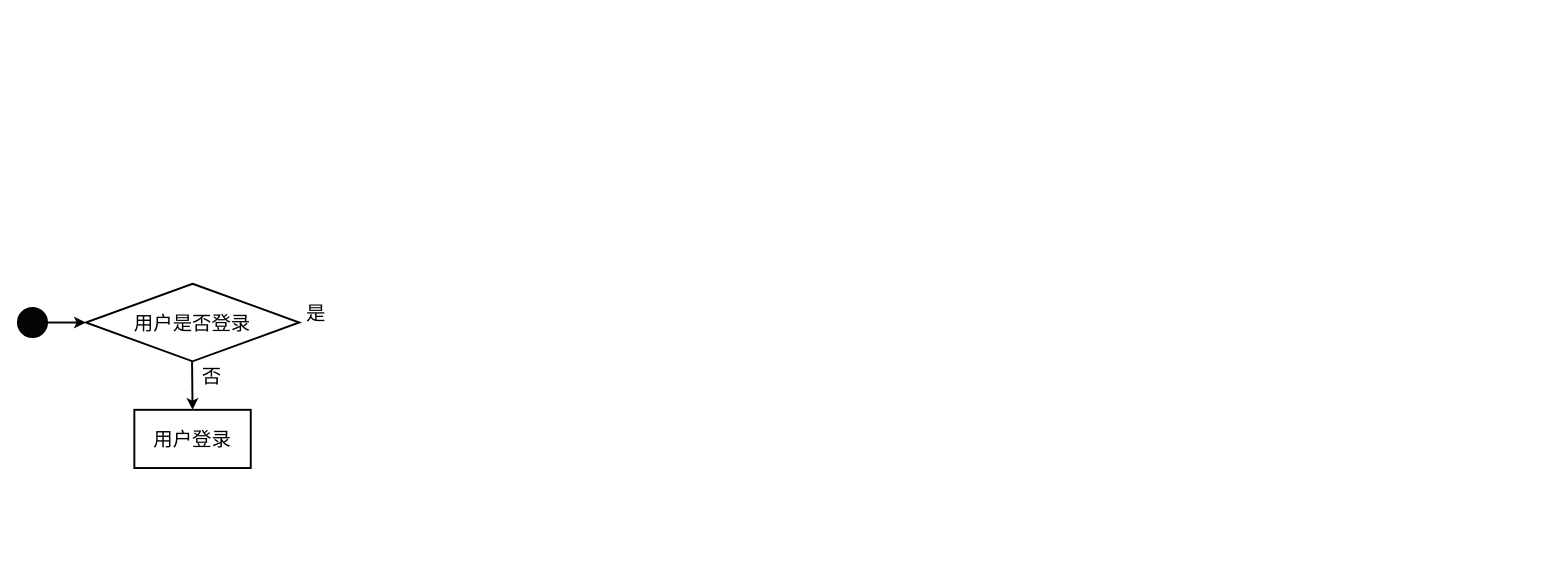
Before: 2024-BUAA-SE/需求规格书/成果展示模块-流程图.drawio in jongsh/drawio, a draw.io diagram. Source tidied: cells renumbered, new cells numbered last; positions are measured from the earlier drawing's top-left corner, leaving out a move shared by most shapes. Both pictures are drawn from the tidied source at 97%, with x=0, y=0 at pixel (17, 283).
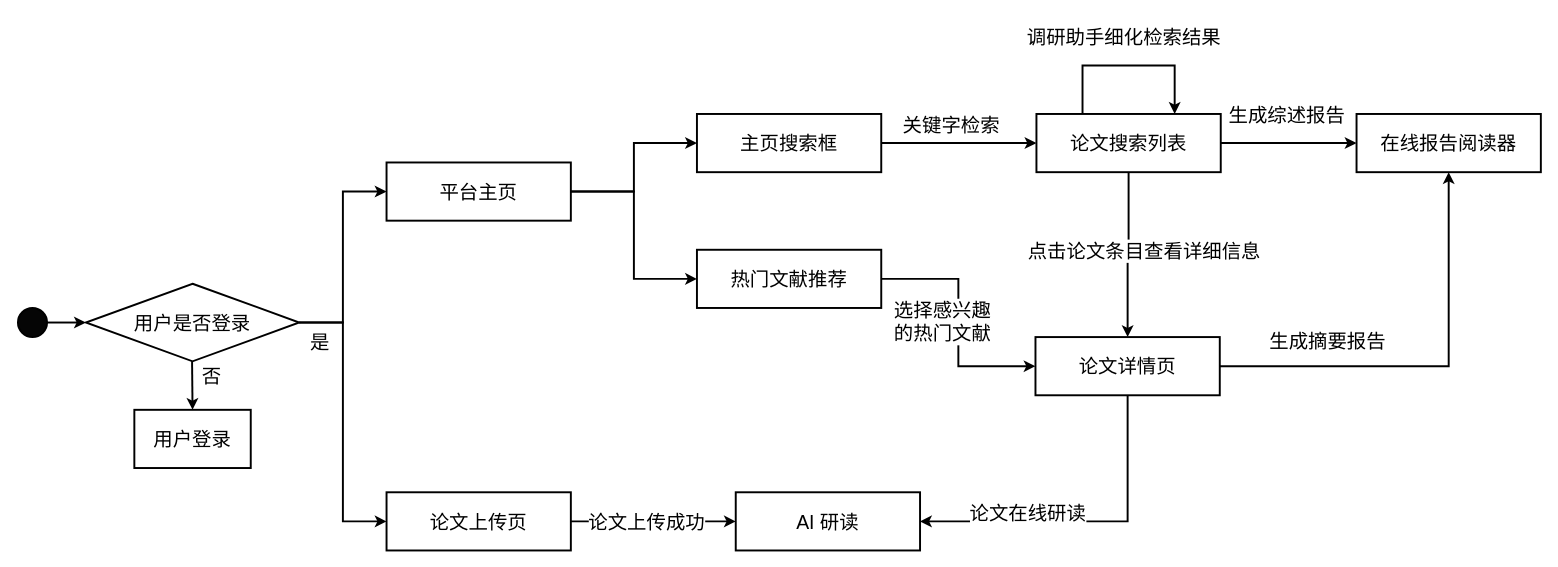
The same page after the edit.

Commit message (it also covers changes not shown here):
更新成果展示模块-流程图.drawio

Unchanged cells that the change refers to:
```xml
<mxCell id="4" value="&lt;font style=&quot;font-size: 20px;&quot;&gt;用户是否登录&lt;/font&gt;" style="rhombus;whiteSpace=wrap;html=1;strokeWidth=2;fontSize=20;" parent="1" vertex="1">
  <mxGeometry x="70" width="220" height="80" as="geometry" />
</mxCell>
```

Diff of the diagram source:
```diff
@@
+    <mxCell id="10" style="edgeStyle=orthogonalEdgeStyle;rounded=0;jettySize=auto;html=1;exitX=1;exitY=0.5;exitDx=0;exitDy=0;entryX=0;entryY=0.5;entryDx=0;entryDy=0;fontSize=20;strokeWidth=2;" parent="1" edge="1" source="4" target="28">
+      <mxGeometry relative="1" as="geometry" />
+    </mxCell>
+    <mxCell id="11" style="edgeStyle=orthogonalEdgeStyle;rounded=0;jettySize=auto;html=1;exitX=1;exitY=0.5;exitDx=0;exitDy=0;entryX=0;entryY=0.5;entryDx=0;entryDy=0;fontSize=20;strokeWidth=2;" parent="1" edge="1" source="4" target="24">
+      <mxGeometry relative="1" as="geometry" />
+    </mxCell>
-    <mxCell id="3" value="&lt;font style=&quot;font-size: 20px;&quot;&gt;是&lt;/font&gt;" style="edgeLabel;html=1;align=center;verticalAlign=middle;" parent="1" vertex="1">
-      <mxGeometry x="306.7" y="29" as="geometry" />
+    <mxCell id="3" value="是" style="edgeLabel;html=1;align=center;verticalAlign=middle;fontSize=20;" parent="11" vertex="1">
+      <mxGeometry x="-0.69" y="-3" relative="1" as="geometry">
+        <mxPoint x="-22" y="18" as="offset" />
+      </mxGeometry>
     </mxCell>
@@
+    <mxCell id="12" style="group;strokeWidth=2;fontSize=20;" parent="1" vertex="1">
+      <mxGeometry x="700" y="-175" width="190" height="60" as="geometry" />
+    </mxCell>
+    <mxCell id="13" value="主页搜索框" style="rounded=0;whiteSpace=wrap;html=1;strokeWidth=2;fontSize=20;" parent="12" vertex="1">
+      <mxGeometry width="190" height="60" as="geometry" />
+    </mxCell>
+    <mxCell id="14" style="group;strokeWidth=2;fontSize=20;" parent="1" vertex="1">
+      <mxGeometry x="700" y="-35" width="190" height="60" as="geometry" />
+    </mxCell>
+    <mxCell id="15" value="热门文献推荐" style="rounded=0;whiteSpace=wrap;html=1;strokeWidth=2;fontSize=20;" parent="14" vertex="1">
+      <mxGeometry width="190" height="60" as="geometry" />
+    </mxCell>
+    <mxCell id="16" style="group;strokeWidth=2;fontSize=20;" parent="1" vertex="1">
+      <mxGeometry x="1050" y="-175" width="190" height="60" as="geometry" />
+    </mxCell>
+    <mxCell id="17" value="论文搜索列表" style="rounded=0;whiteSpace=wrap;html=1;strokeWidth=2;fontSize=20;" parent="16" vertex="1">
+      <mxGeometry width="190" height="60" as="geometry" />
+    </mxCell>
+    <mxCell id="18" style="edgeStyle=orthogonalEdgeStyle;rounded=0;orthogonalLoop=1;jettySize=auto;html=1;exitX=0.25;exitY=0;exitDx=0;exitDy=0;entryX=0.75;entryY=0;entryDx=0;entryDy=0;fontSize=20;strokeWidth=2;" parent="16" edge="1" source="17" target="17">
+      <mxGeometry relative="1" as="geometry">
+        <Array as="points">
+          <mxPoint x="48" y="-50" />
+          <mxPoint x="142" y="-50" />
+        </Array>
+      </mxGeometry>
+    </mxCell>
+    <mxCell id="19" style="group;strokeWidth=2;fontSize=20;" parent="1" vertex="1">
+      <mxGeometry x="1045" y="55" width="190" height="60" as="geometry" />
+    </mxCell>
+    <mxCell id="20" value="论文详情页" style="rounded=0;whiteSpace=wrap;html=1;strokeWidth=2;fontSize=20;" parent="19" vertex="1">
+      <mxGeometry x="4" width="190" height="60" as="geometry" />
+    </mxCell>
+    <mxCell id="21" style="group;strokeWidth=2;fontSize=20;" parent="1" vertex="1">
+      <mxGeometry x="740" y="215" width="190" height="60" as="geometry" />
+    </mxCell>
+    <mxCell id="22" value="AI 研读" style="rounded=0;whiteSpace=wrap;html=1;strokeWidth=2;fontSize=20;" parent="21" vertex="1">
+      <mxGeometry width="190" height="60" as="geometry" />
+    </mxCell>
+    <mxCell id="23" style="group;strokeWidth=2;fontSize=20;" parent="1" vertex="1">
+      <mxGeometry x="380" y="215" width="190" height="60" as="geometry" />
+    </mxCell>
+    <mxCell id="24" value="论文上传页" style="rounded=0;whiteSpace=wrap;html=1;strokeWidth=2;fontSize=20;" parent="23" vertex="1">
+      <mxGeometry width="190" height="60" as="geometry" />
+    </mxCell>
+    <mxCell id="25" style="group;strokeWidth=2;fontSize=20;" parent="1" vertex="1">
+      <mxGeometry x="1380" y="-175" width="190" height="60" as="geometry" />
+    </mxCell>
+    <mxCell id="26" value="在线报告阅读器" style="rounded=0;whiteSpace=wrap;html=1;strokeWidth=2;fontSize=20;" parent="25" vertex="1">
+      <mxGeometry width="190" height="60" as="geometry" />
+    </mxCell>
+    <mxCell id="27" style="group;strokeWidth=2;fontSize=20;" parent="1" vertex="1">
+      <mxGeometry x="380" y="-125" width="190" height="60" as="geometry" />
+    </mxCell>
+    <mxCell id="28" value="平台主页" style="rounded=0;whiteSpace=wrap;html=1;strokeWidth=2;fontSize=20;" parent="27" vertex="1">
+      <mxGeometry width="190" height="60" as="geometry" />
+    </mxCell>
+    <mxCell id="29" style="edgeStyle=orthogonalEdgeStyle;rounded=0;jettySize=auto;html=1;exitX=1;exitY=0.5;exitDx=0;exitDy=0;entryX=0;entryY=0.5;entryDx=0;entryDy=0;fontSize=20;strokeWidth=2;" parent="1" edge="1" source="24" target="22">
+      <mxGeometry relative="1" as="geometry" />
+    </mxCell>
+    <mxCell id="30" value="论文上传成功" style="edgeLabel;html=1;align=center;verticalAlign=middle;fontSize=20;" parent="29" vertex="1">
+      <mxGeometry x="-0.1" y="1" relative="1" as="geometry" />
+    </mxCell>
+    <mxCell id="31" style="edgeStyle=orthogonalEdgeStyle;rounded=0;jettySize=auto;html=1;exitX=1;exitY=0.5;exitDx=0;exitDy=0;entryX=0;entryY=0.5;entryDx=0;entryDy=0;fontSize=20;strokeWidth=2;" parent="1" edge="1" source="28" target="13">
+      <mxGeometry relative="1" as="geometry" />
+    </mxCell>
+    <mxCell id="32" style="edgeStyle=orthogonalEdgeStyle;rounded=0;jettySize=auto;html=1;exitX=1;exitY=0.5;exitDx=0;exitDy=0;entryX=0;entryY=0.5;entryDx=0;entryDy=0;fontSize=20;strokeWidth=2;" parent="1" edge="1" source="28" target="15">
+      <mxGeometry relative="1" as="geometry" />
+    </mxCell>
+    <mxCell id="33" style="edgeStyle=orthogonalEdgeStyle;rounded=0;jettySize=auto;html=1;exitX=1;exitY=0.5;exitDx=0;exitDy=0;entryX=0;entryY=0.5;entryDx=0;entryDy=0;fontSize=20;strokeWidth=2;" parent="1" edge="1" source="15" target="20">
+      <mxGeometry relative="1" as="geometry" />
+    </mxCell>
+    <mxCell id="34" value="选择感兴趣&lt;div style=&quot;font-size: 20px;&quot;&gt;的热门文献&lt;/div&gt;" style="edgeLabel;html=1;align=center;verticalAlign=middle;fontSize=20;" parent="33" vertex="1">
+      <mxGeometry x="-0.25" y="-2" relative="1" as="geometry">
+        <mxPoint x="-15" y="30" as="offset" />
+      </mxGeometry>
+    </mxCell>
+    <mxCell id="35" style="edgeStyle=orthogonalEdgeStyle;rounded=0;jettySize=auto;html=1;exitX=1;exitY=0.5;exitDx=0;exitDy=0;entryX=0;entryY=0.5;entryDx=0;entryDy=0;fontSize=20;strokeWidth=2;" parent="1" edge="1" source="13" target="17">
+      <mxGeometry relative="1" as="geometry" />
+    </mxCell>
+    <mxCell id="36" value="关键字检索" style="edgeLabel;html=1;align=center;verticalAlign=middle;fontSize=20;" parent="35" vertex="1">
+      <mxGeometry x="0.02" y="-5" relative="1" as="geometry">
+        <mxPoint x="-11" y="-25" as="offset" />
+      </mxGeometry>
+    </mxCell>
+    <mxCell id="37" value="调研助手细化检索结果" style="text;html=1;align=center;verticalAlign=middle;strokeColor=none;fillColor=none;fontSize=20;strokeWidth=2;" parent="1" vertex="1">
+      <mxGeometry x="1030" y="-275" width="220" height="40" as="geometry" />
+    </mxCell>
+    <mxCell id="38" style="edgeStyle=orthogonalEdgeStyle;rounded=0;jettySize=auto;html=1;exitX=0.5;exitY=1;exitDx=0;exitDy=0;entryX=1;entryY=0.5;entryDx=0;entryDy=0;fontSize=20;strokeWidth=2;" parent="1" edge="1" source="20" target="22">
+      <mxGeometry relative="1" as="geometry" />
+    </mxCell>
+    <mxCell id="39" value="论文在线研读" style="edgeLabel;html=1;align=center;verticalAlign=middle;fontSize=20;" parent="38" vertex="1">
+      <mxGeometry x="0.36" y="-10" relative="1" as="geometry" />
+    </mxCell>
+    <mxCell id="40" style="edgeStyle=orthogonalEdgeStyle;rounded=0;jettySize=auto;html=1;exitX=1;exitY=0.5;exitDx=0;exitDy=0;entryX=0.5;entryY=1;entryDx=0;entryDy=0;fontSize=20;strokeWidth=2;" parent="1" edge="1" source="20" target="26">
+      <mxGeometry relative="1" as="geometry" />
+    </mxCell>
+    <mxCell id="41" value="生成摘要报告" style="text;html=1;align=center;verticalAlign=middle;strokeColor=none;fillColor=none;fontSize=20;strokeWidth=2;" parent="1" vertex="1">
+      <mxGeometry x="1280" y="39" width="140" height="40" as="geometry" />
+    </mxCell>
+    <mxCell id="42" style="edgeStyle=orthogonalEdgeStyle;rounded=0;jettySize=auto;html=1;exitX=1;exitY=0.5;exitDx=0;exitDy=0;entryX=0;entryY=0.5;entryDx=0;entryDy=0;fontSize=20;strokeWidth=2;" parent="1" edge="1" source="17" target="26">
+      <mxGeometry relative="1" as="geometry" />
+    </mxCell>
+    <mxCell id="43" value="生成综述报告" style="edgeLabel;html=1;align=center;verticalAlign=middle;fontSize=20;" parent="42" vertex="1">
+      <mxGeometry x="-0.34" y="1" relative="1" as="geometry">
+        <mxPoint x="21" y="-29" as="offset" />
+      </mxGeometry>
+    </mxCell>
+    <mxCell id="44" style="edgeStyle=orthogonalEdgeStyle;rounded=0;jettySize=auto;html=1;exitX=0.5;exitY=1;exitDx=0;exitDy=0;entryX=0.5;entryY=0;entryDx=0;entryDy=0;fontSize=20;strokeWidth=2;" parent="1" edge="1" source="17" target="20">
+      <mxGeometry relative="1" as="geometry" />
+    </mxCell>
+    <mxCell id="45" value="点击论文条目查看详细信息" style="edgeLabel;html=1;align=center;verticalAlign=middle;fontSize=20;" parent="44" vertex="1">
+      <mxGeometry x="-0.08" y="-6" relative="1" as="geometry">
+        <mxPoint x="21" y="1" as="offset" />
+      </mxGeometry>
+    </mxCell>
```
